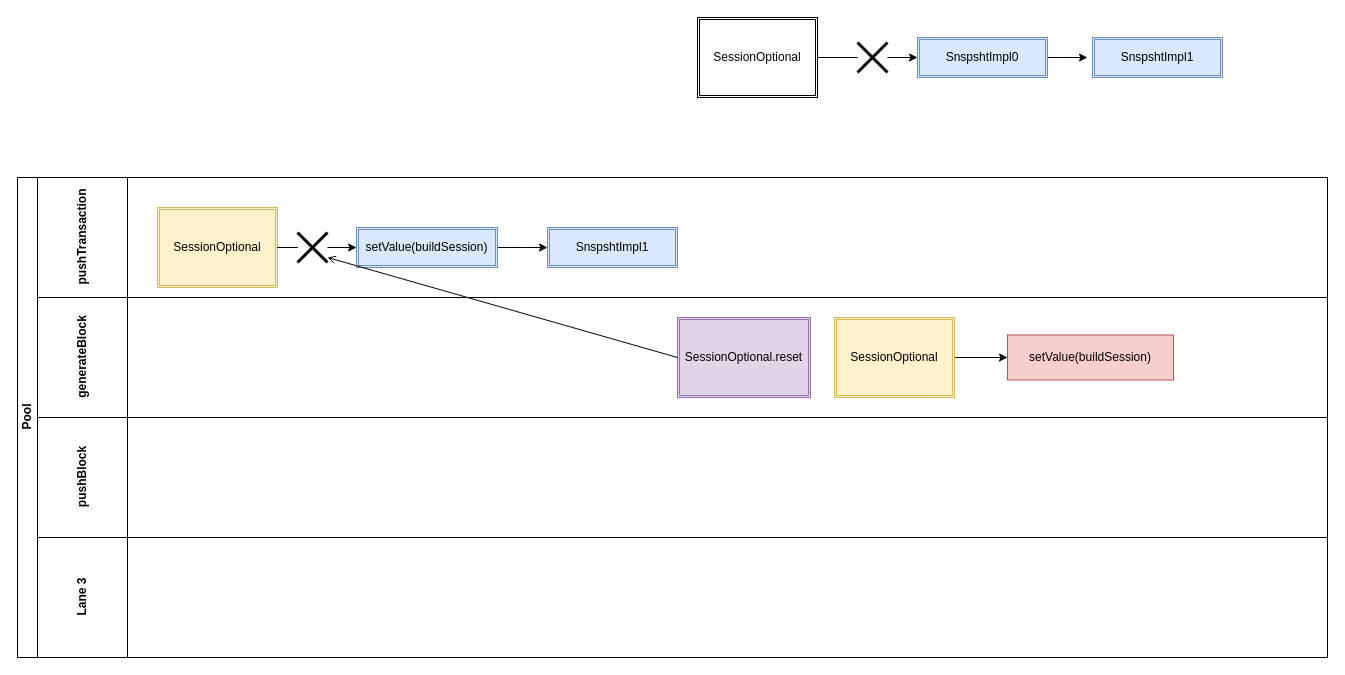
The draw.io diagram drawio/Snapshot多业务场景应用.drawio in forfreeday/design, before the edit. Source tidied: cells renumbered, new cells numbered last; positions are measured from the earlier drawing's top-left corner, leaving out a move shared by most shapes. Both pictures are drawn from the tidied source at 100%, with x=0, y=0 at pixel (17, 17).
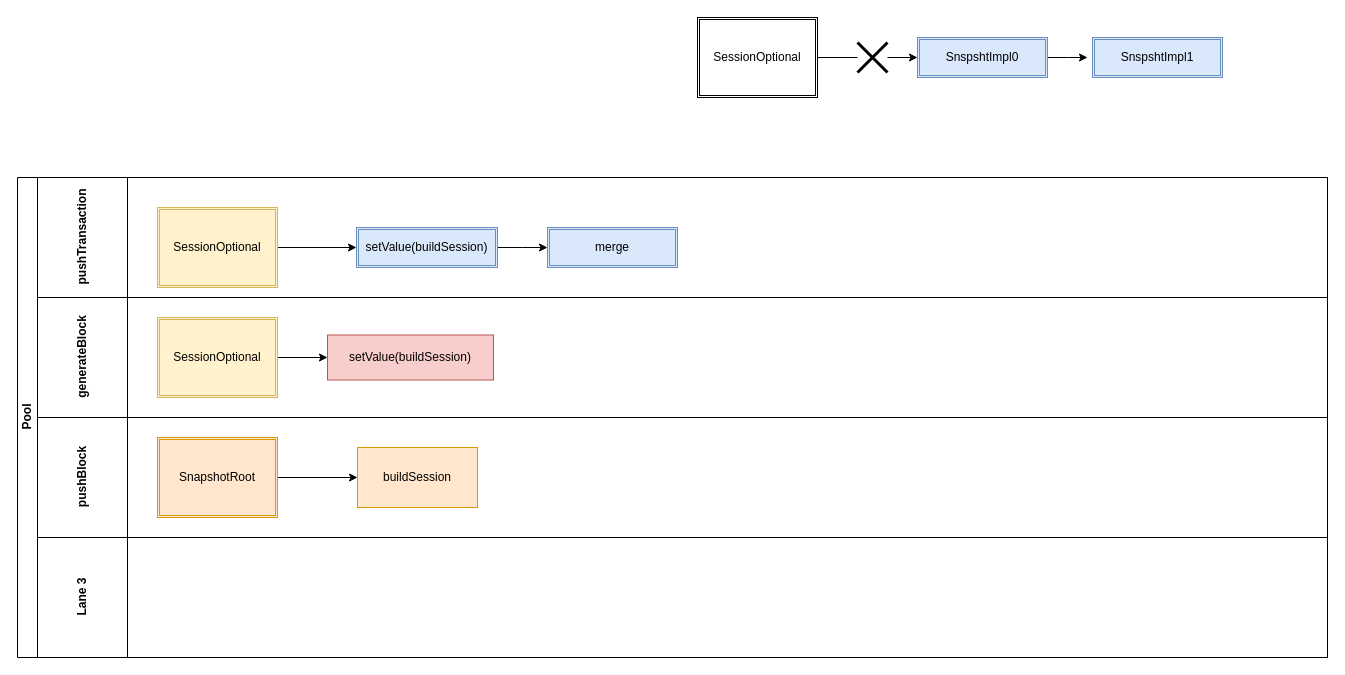
The same page after the edit.

Commit message:
更新Snapshot多业务场景应用.drawio

Unchanged cells that the change refers to:
```xml
<mxCell id="3" value="pushTransaction&lt;br&gt;" style="swimlane;html=1;startSize=90;horizontal=0;flipV=1;flipH=0;textDirection=rtl;" parent="2" vertex="1">
  <mxGeometry x="20" width="1290" height="120" as="geometry" />
</mxCell>
<mxCell id="5" value="setValue(buildSession)" style="shape=ext;double=1;rounded=0;whiteSpace=wrap;html=1;fillColor=#dae8fc;strokeColor=#6c8ebf;" parent="3" vertex="1">
  <mxGeometry x="319" y="50" width="141" height="40" as="geometry" />
</mxCell>
<mxCell id="7" value="SessionOptional" style="shape=ext;double=1;rounded=0;whiteSpace=wrap;html=1;fillColor=#fff2cc;strokeColor=#d6b656;" parent="3" vertex="1">
  <mxGeometry x="120" y="30" width="120" height="80" as="geometry" />
</mxCell>
<mxCell id="11" value="generateBlock" style="swimlane;html=1;startSize=90;horizontal=0;" parent="2" vertex="1">
  <mxGeometry x="20" y="120" width="1290" height="120" as="geometry" />
</mxCell>
<mxCell id="16" value="pushBlock&lt;br&gt;" style="swimlane;html=1;startSize=90;horizontal=0;" parent="2" vertex="1">
  <mxGeometry x="20" y="240" width="1290" height="120" as="geometry" />
</mxCell>
```

Change to the diagram source:
```diff
@@
-    <mxCell id="6" style="edgeStyle=orthogonalEdgeStyle;rounded=0;jettySize=auto;html=1;startArrow=none;" parent="3" edge="1" source="9" target="5">
-      <mxGeometry relative="1" as="geometry" />
-    </mxCell>
+    <mxCell id="26" style="edgeStyle=orthogonalEdgeStyle;rounded=0;jettySize=auto;html=1;" parent="3" edge="1" source="7" target="5">
+      <mxGeometry relative="1" as="geometry" />
+    </mxCell>
@@
-    <mxCell id="8" value="SnspshtImpl1" style="shape=ext;double=1;rounded=0;whiteSpace=wrap;html=1;fillColor=#dae8fc;strokeColor=#6c8ebf;" parent="3" vertex="1">
+    <mxCell id="8" value="merge" style="shape=ext;double=1;rounded=0;whiteSpace=wrap;html=1;fillColor=#dae8fc;strokeColor=#6c8ebf;" parent="3" vertex="1">
       <mxGeometry x="510" y="50" width="130" height="40" as="geometry" />
     </mxCell>
-    <mxCell id="9" style="shape=umlDestroy;whiteSpace=wrap;html=1;strokeWidth=3;" parent="3" vertex="1">
-      <mxGeometry x="260" y="55" width="30" height="30" as="geometry" />
-    </mxCell>
-    <mxCell id="10" style="edgeStyle=orthogonalEdgeStyle;rounded=0;jettySize=auto;html=1;endArrow=none;" parent="3" edge="1" source="7" target="9">
-      <mxGeometry relative="1" as="geometry" />
-    </mxCell>
@@
     <mxCell id="13" value="SessionOptional" style="shape=ext;double=1;rounded=0;whiteSpace=wrap;html=1;fillColor=#fff2cc;strokeColor=#d6b656;" parent="11" vertex="1">
-      <mxGeometry x="797" y="20" width="120" height="80" as="geometry" />
+      <mxGeometry x="120" y="20" width="120" height="80" as="geometry" />
     </mxCell>
     <mxCell id="14" value="setValue(buildSession)" style="whiteSpace=wrap;html=1;rounded=0;fillColor=#f8cecc;strokeColor=#b85450;" parent="11" vertex="1">
-      <mxGeometry x="970" y="37.5" width="166" height="45" as="geometry" />
+      <mxGeometry x="290" y="37.5" width="166" height="45" as="geometry" />
     </mxCell>
-    <mxCell id="15" value="SessionOptional.reset" style="shape=ext;double=1;rounded=0;whiteSpace=wrap;html=1;fillColor=#e1d5e7;strokeColor=#9673a6;" parent="11" vertex="1">
-      <mxGeometry x="640" y="20" width="133" height="80" as="geometry" />
-    </mxCell>
@@
+    <mxCell id="27" style="edgeStyle=orthogonalEdgeStyle;rounded=0;jettySize=auto;html=1;" parent="16" edge="1" source="28" target="29">
+      <mxGeometry relative="1" as="geometry" />
+    </mxCell>
+    <mxCell id="28" value="SnapshotRoot" style="shape=ext;double=1;rounded=0;whiteSpace=wrap;html=1;fillColor=#ffe6cc;strokeColor=#d79b00;" parent="16" vertex="1">
+      <mxGeometry x="120" y="20" width="120" height="80" as="geometry" />
+    </mxCell>
+    <mxCell id="29" value="buildSession" style="whiteSpace=wrap;html=1;fillColor=#ffe6cc;strokeColor=#d79b00;rounded=0;" parent="16" vertex="1">
+      <mxGeometry x="320" y="30" width="120" height="60" as="geometry" />
+    </mxCell>
@@
-    <mxCell id="25" style="endArrow=open;html=1;rounded=0;align=center;verticalAlign=top;endFill=0;labelBackgroundColor=none;endSize=6;exitX=0;exitY=0.5;exitDx=0;exitDy=0;" parent="1" edge="1" source="15">
-      <mxGeometry relative="1" as="geometry">
-        <mxPoint x="310" y="240" as="targetPoint" />
-      </mxGeometry>
-    </mxCell>
```
